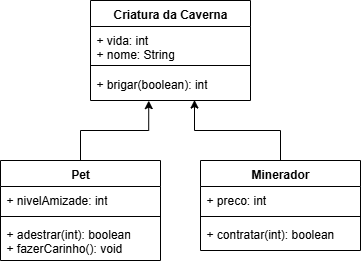
Before: Engenharia III/Strategy/AntiPattern/heranca.drawio.png, a diagram exported from draw.io (EstupendoG/bertoti). Source tidied: cells renumbered, new cells last; positions are measured from the earlier drawing's top-left corner, leaving out a move shared by most shapes. Source of this version:
```xml
<mxGraphModel>
  <root>
    <mxCell id="0" />
    <mxCell id="1" parent="0" />
    <mxCell id="2" value="Criatura da Caverna" style="swimlane;fontStyle=1;align=center;verticalAlign=top;horizontal=1;startSize=26;whiteSpace=wrap;html=1;" parent="1" vertex="1">
      <mxGeometry x="90" width="160" height="100" as="geometry" />
    </mxCell>
    <mxCell id="3" value="+ vida: int&lt;div&gt;+ nome: String&lt;/div&gt;" style="text;align=left;verticalAlign=top;spacingLeft=4;spacingRight=4;overflow=hidden;whiteSpace=wrap;html=1;" parent="2" vertex="1">
      <mxGeometry y="26" width="160" height="34" as="geometry" />
    </mxCell>
    <mxCell id="4" style="line;strokeWidth=1;align=left;verticalAlign=middle;spacingTop=-1;spacingLeft=3;spacingRight=3;labelPosition=right;" parent="2" vertex="1">
      <mxGeometry y="60" width="160" height="10" as="geometry" />
    </mxCell>
    <mxCell id="5" value="+ brigar(boolean): int" style="text;align=left;verticalAlign=top;spacingLeft=4;spacingRight=4;overflow=hidden;points=[[0,0.5],[1,0.5]];portConstraint=eastwest;whiteSpace=wrap;html=1;" parent="2" vertex="1">
      <mxGeometry y="70" width="160" height="30" as="geometry" />
    </mxCell>
    <mxCell id="6" value="Pet" style="swimlane;fontStyle=1;align=center;verticalAlign=top;horizontal=1;startSize=26;whiteSpace=wrap;html=1;" parent="1" vertex="1">
      <mxGeometry y="160" width="160" height="100" as="geometry" />
    </mxCell>
    <mxCell id="7" value="+ nivelAmizade: int" style="text;align=left;verticalAlign=top;spacingLeft=4;spacingRight=4;overflow=hidden;whiteSpace=wrap;html=1;" parent="6" vertex="1">
      <mxGeometry y="26" width="160" height="26" as="geometry" />
    </mxCell>
    <mxCell id="8" style="line;strokeWidth=1;align=left;verticalAlign=middle;spacingTop=-1;spacingLeft=3;spacingRight=3;labelPosition=right;fillColor=none;" parent="6" vertex="1">
      <mxGeometry y="52" width="160" height="8" as="geometry" />
    </mxCell>
    <mxCell id="9" value="+ adestrar(int): boolean&lt;div&gt;+ fazerCarinho(): void&lt;/div&gt;" style="text;align=left;verticalAlign=top;spacingLeft=4;spacingRight=4;overflow=hidden;whiteSpace=wrap;html=1;fillColor=none;" parent="6" vertex="1">
      <mxGeometry y="60" width="160" height="40" as="geometry" />
    </mxCell>
    <mxCell id="10" value="Minerador" style="swimlane;fontStyle=1;align=center;verticalAlign=top;horizontal=1;startSize=26;whiteSpace=wrap;html=1;" parent="1" vertex="1">
      <mxGeometry x="200" y="160" width="160" height="90" as="geometry" />
    </mxCell>
    <mxCell id="11" value="+ preco: int" style="text;align=left;verticalAlign=top;spacingLeft=4;spacingRight=4;overflow=hidden;whiteSpace=wrap;html=1;fillColor=none;" parent="10" vertex="1">
      <mxGeometry y="26" width="160" height="26" as="geometry" />
    </mxCell>
    <mxCell id="12" style="line;strokeWidth=1;align=left;verticalAlign=middle;spacingTop=-1;spacingLeft=3;spacingRight=3;labelPosition=right;fillColor=none;" parent="10" vertex="1">
      <mxGeometry y="52" width="160" height="8" as="geometry" />
    </mxCell>
    <mxCell id="13" value="+ contratar(int): boolean" style="text;align=left;verticalAlign=top;spacingLeft=4;spacingRight=4;overflow=hidden;whiteSpace=wrap;html=1;fillColor=none;" parent="10" vertex="1">
      <mxGeometry y="60" width="160" height="30" as="geometry" />
    </mxCell>
    <mxCell id="14" style="edgeStyle=orthogonalEdgeStyle;rounded=0;jettySize=auto;html=1;entryX=0.65;entryY=0.984;entryDx=0;entryDy=0;entryPerimeter=0;" parent="1" edge="1" source="10" target="5">
      <mxGeometry relative="1" as="geometry" />
    </mxCell>
    <mxCell id="15" style="edgeStyle=orthogonalEdgeStyle;rounded=0;jettySize=auto;html=1;entryX=0.364;entryY=1.005;entryDx=0;entryDy=0;entryPerimeter=0;" parent="1" edge="1" source="6" target="5">
      <mxGeometry relative="1" as="geometry" />
    </mxCell>
  </root>
</mxGraphModel>
```
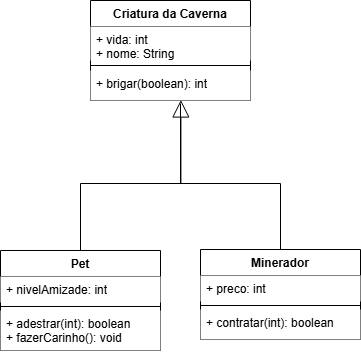
After the commit.

Diff of the diagram source:
```diff
@@ -5,44 +5,55 @@
     <mxCell id="2" value="Criatura da Caverna" style="swimlane;fontStyle=1;align=center;verticalAlign=top;horizontal=1;startSize=26;whiteSpace=wrap;html=1;" parent="1" vertex="1">
       <mxGeometry x="90" width="160" height="100" as="geometry" />
     </mxCell>
-    <mxCell id="3" value="+ vida: int&lt;div&gt;+ nome: String&lt;/div&gt;" style="text;align=left;verticalAlign=top;spacingLeft=4;spacingRight=4;overflow=hidden;whiteSpace=wrap;html=1;" parent="2" vertex="1">
+    <mxCell id="3" value="+ vida: int&lt;div&gt;+ nome: String&lt;/div&gt;" style="text;align=left;verticalAlign=top;spacingLeft=4;spacingRight=4;overflow=hidden;whiteSpace=wrap;html=1;fillColor=#FFFFFF;" parent="2" vertex="1">
       <mxGeometry y="26" width="160" height="34" as="geometry" />
     </mxCell>
-    <mxCell id="4" style="line;strokeWidth=1;align=left;verticalAlign=middle;spacingTop=-1;spacingLeft=3;spacingRight=3;labelPosition=right;" parent="2" vertex="1">
+    <mxCell id="4" style="line;strokeWidth=1;align=left;verticalAlign=middle;spacingTop=-1;spacingLeft=3;spacingRight=3;labelPosition=right;fillColor=#FFFFFF;" parent="2" vertex="1">
       <mxGeometry y="60" width="160" height="10" as="geometry" />
     </mxCell>
-    <mxCell id="5" value="+ brigar(boolean): int" style="text;align=left;verticalAlign=top;spacingLeft=4;spacingRight=4;overflow=hidden;points=[[0,0.5],[1,0.5]];portConstraint=eastwest;whiteSpace=wrap;html=1;" parent="2" vertex="1">
+    <mxCell id="5" value="+ brigar(boolean): int" style="text;align=left;verticalAlign=top;spacingLeft=4;spacingRight=4;overflow=hidden;points=[[0,0.5],[1,0.5]];portConstraint=eastwest;whiteSpace=wrap;html=1;fillColor=#FFFFFF;" parent="2" vertex="1">
       <mxGeometry y="70" width="160" height="30" as="geometry" />
     </mxCell>
-    <mxCell id="6" value="Pet" style="swimlane;fontStyle=1;align=center;verticalAlign=top;horizontal=1;startSize=26;whiteSpace=wrap;html=1;" parent="1" vertex="1">
-      <mxGeometry y="160" width="160" height="100" as="geometry" />
+    <mxCell id="6" value="Pet" style="swimlane;fontStyle=1;align=center;verticalAlign=top;horizontal=1;startSize=26;whiteSpace=wrap;html=1;fillColor=#FFFFFF;" parent="1" vertex="1">
+      <mxGeometry y="250" width="160" height="100" as="geometry" />
     </mxCell>
-    <mxCell id="7" value="+ nivelAmizade: int" style="text;align=left;verticalAlign=top;spacingLeft=4;spacingRight=4;overflow=hidden;whiteSpace=wrap;html=1;" parent="6" vertex="1">
+    <mxCell id="7" value="+ nivelAmizade: int" style="text;align=left;verticalAlign=top;spacingLeft=4;spacingRight=4;overflow=hidden;whiteSpace=wrap;html=1;fillColor=#FFFFFF;" parent="6" vertex="1">
       <mxGeometry y="26" width="160" height="26" as="geometry" />
     </mxCell>
-    <mxCell id="8" style="line;strokeWidth=1;align=left;verticalAlign=middle;spacingTop=-1;spacingLeft=3;spacingRight=3;labelPosition=right;fillColor=none;" parent="6" vertex="1">
+    <mxCell id="8" style="line;strokeWidth=1;align=left;verticalAlign=middle;spacingTop=-1;spacingLeft=3;spacingRight=3;labelPosition=right;" parent="6" vertex="1">
       <mxGeometry y="52" width="160" height="8" as="geometry" />
     </mxCell>
-    <mxCell id="9" value="+ adestrar(int): boolean&lt;div&gt;+ fazerCarinho(): void&lt;/div&gt;" style="text;align=left;verticalAlign=top;spacingLeft=4;spacingRight=4;overflow=hidden;whiteSpace=wrap;html=1;fillColor=none;" parent="6" vertex="1">
+    <mxCell id="9" value="+ adestrar(int): boolean&lt;div&gt;+ fazerCarinho(): void&lt;/div&gt;" style="text;align=left;verticalAlign=top;spacingLeft=4;spacingRight=4;overflow=hidden;whiteSpace=wrap;html=1;fillColor=#FFFFFF;" parent="6" vertex="1">
       <mxGeometry y="60" width="160" height="40" as="geometry" />
     </mxCell>
+    <mxCell id="16" style="edgeStyle=orthogonalEdgeStyle;rounded=0;jettySize=auto;html=1;exitX=0.5;exitY=0;exitDx=0;exitDy=0;endArrow=none;endFill=0;" parent="1" edge="1" source="10">
+      <mxGeometry relative="1" as="geometry">
+        <mxPoint x="180" y="103" as="targetPoint" />
+        <Array as="points">
+          <mxPoint x="280" y="183" />
+          <mxPoint x="180" y="183" />
+        </Array>
+      </mxGeometry>
+    </mxCell>
-    <mxCell id="10" value="Minerador" style="swimlane;fontStyle=1;align=center;verticalAlign=top;horizontal=1;startSize=26;whiteSpace=wrap;html=1;" parent="1" vertex="1">
-      <mxGeometry x="200" y="160" width="160" height="90" as="geometry" />
+    <mxCell id="10" value="Minerador" style="swimlane;fontStyle=1;align=center;verticalAlign=top;horizontal=1;startSize=26;whiteSpace=wrap;html=1;fillColor=#FFFFFF;" parent="1" vertex="1">
+      <mxGeometry x="200" y="249" width="160" height="90" as="geometry" />
     </mxCell>
-    <mxCell id="11" value="+ preco: int" style="text;align=left;verticalAlign=top;spacingLeft=4;spacingRight=4;overflow=hidden;whiteSpace=wrap;html=1;fillColor=none;" parent="10" vertex="1">
+    <mxCell id="11" value="+ preco: int" style="text;align=left;verticalAlign=top;spacingLeft=4;spacingRight=4;overflow=hidden;whiteSpace=wrap;html=1;fillColor=#FFFFFF;" parent="10" vertex="1">
       <mxGeometry y="26" width="160" height="26" as="geometry" />
     </mxCell>
     <mxCell id="12" style="line;strokeWidth=1;align=left;verticalAlign=middle;spacingTop=-1;spacingLeft=3;spacingRight=3;labelPosition=right;fillColor=none;" parent="10" vertex="1">
       <mxGeometry y="52" width="160" height="8" as="geometry" />
     </mxCell>
-    <mxCell id="13" value="+ contratar(int): boolean" style="text;align=left;verticalAlign=top;spacingLeft=4;spacingRight=4;overflow=hidden;whiteSpace=wrap;html=1;fillColor=none;" parent="10" vertex="1">
+    <mxCell id="13" value="+ contratar(int): boolean" style="text;align=left;verticalAlign=top;spacingLeft=4;spacingRight=4;overflow=hidden;whiteSpace=wrap;html=1;fillColor=#FFFFFF;" parent="10" vertex="1">
       <mxGeometry y="60" width="160" height="30" as="geometry" />
     </mxCell>
-    <mxCell id="14" style="edgeStyle=orthogonalEdgeStyle;rounded=0;jettySize=auto;html=1;entryX=0.65;entryY=0.984;entryDx=0;entryDy=0;entryPerimeter=0;" parent="1" edge="1" source="10" target="5">
-      <mxGeometry relative="1" as="geometry" />
-    </mxCell>
-    <mxCell id="15" style="edgeStyle=orthogonalEdgeStyle;rounded=0;jettySize=auto;html=1;entryX=0.364;entryY=1.005;entryDx=0;entryDy=0;entryPerimeter=0;" parent="1" edge="1" source="6" target="5">
-      <mxGeometry relative="1" as="geometry" />
+    <mxCell id="15" style="edgeStyle=orthogonalEdgeStyle;rounded=0;jettySize=auto;html=1;entryX=0.565;entryY=0.983;entryDx=0;entryDy=0;entryPerimeter=0;endSize=15;startSize=15;endArrow=block;endFill=0;" parent="1" edge="1" source="6" target="5">
+      <mxGeometry relative="1" as="geometry">
+        <Array as="points">
+          <mxPoint x="80" y="183" />
+          <mxPoint x="180" y="183" />
+        </Array>
+      </mxGeometry>
     </mxCell>
   </root>
 </mxGraphModel>
```
